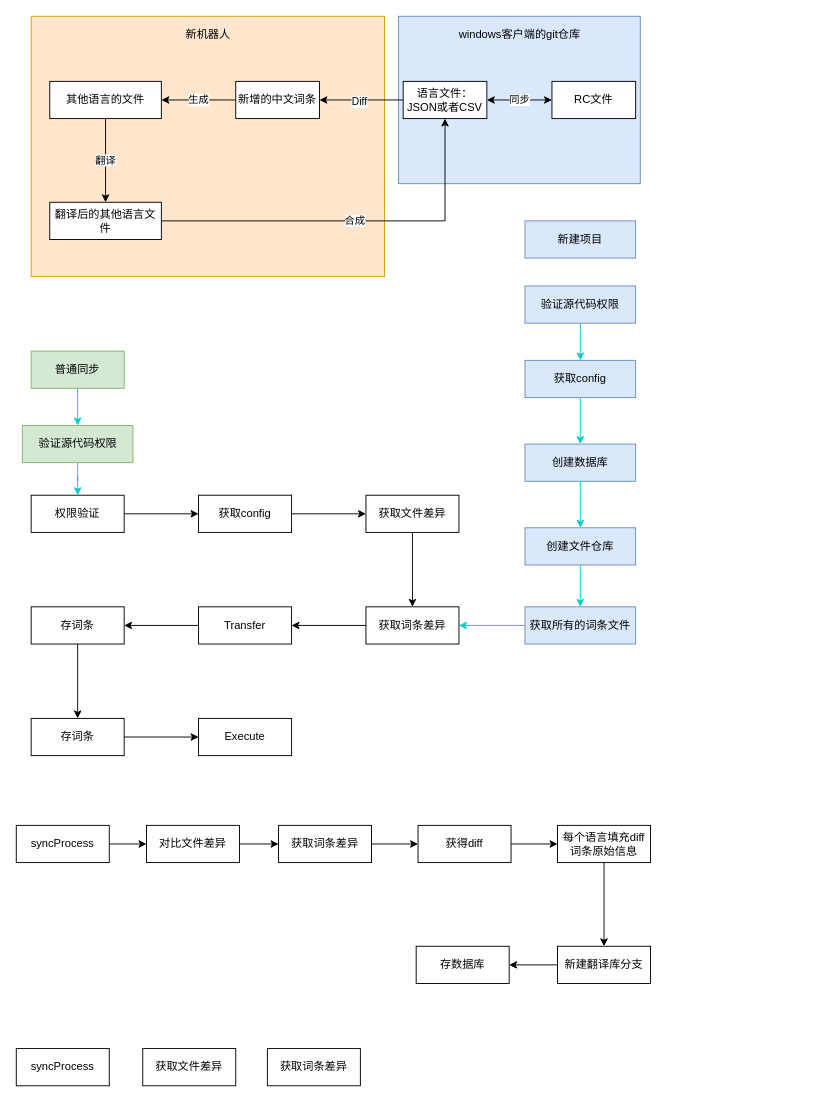
Above: Untitled Diagram.drawio in sklthegoodman/diagrams_storage (draw.io), before the change. Source tidied: cells renumbered, new cells numbered last; positions are measured from the earlier drawing's top-left corner, leaving out a move shared by most shapes. Both pictures are drawn from the tidied source at 93%, with x=0, y=0 at pixel (16, 16).
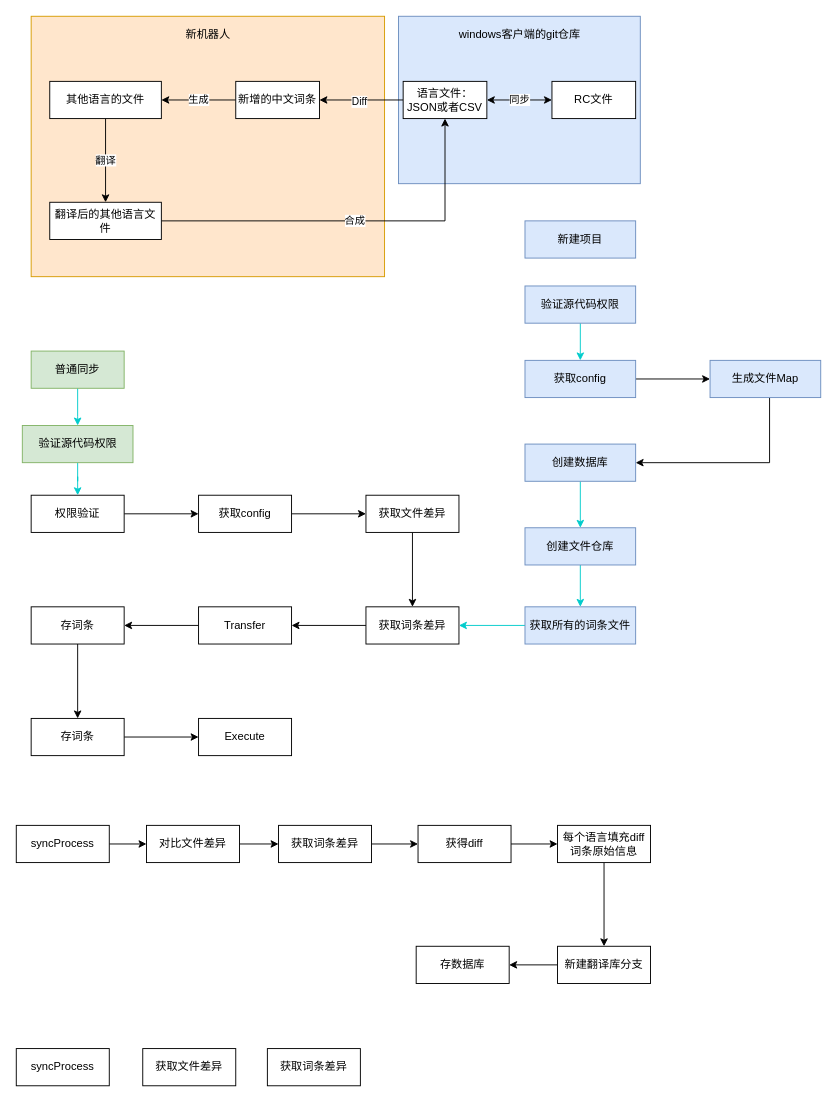
Above is the later version.

Unchanged cells that the change refers to:
```xml
<mxCell id="33" value="获取config" style="rounded=0;whiteSpace=wrap;html=1;fillColor=#dae8fc;strokeColor=#6c8ebf;" parent="1" vertex="1">
  <mxGeometry x="547" y="370" width="119" height="40" as="geometry" />
</mxCell>
<mxCell id="35" value="创建数据库" style="rounded=0;whiteSpace=wrap;html=1;fillColor=#dae8fc;strokeColor=#6c8ebf;" parent="1" vertex="1">
  <mxGeometry x="547" y="460" width="119" height="40" as="geometry" />
</mxCell>
```

Diff of the diagram source:
```diff
@@
-    <mxCell id="32" style="edgeStyle=orthogonalEdgeStyle;rounded=0;jettySize=auto;html=1;strokeColor=#00CCCC;" parent="1" edge="1" source="33" target="35">
-      <mxGeometry relative="1" as="geometry" />
-    </mxCell>
+    <mxCell id="63" style="edgeStyle=orthogonalEdgeStyle;rounded=0;jettySize=auto;html=1;" parent="1" edge="1" source="33" target="65">
+      <mxGeometry relative="1" as="geometry" />
+    </mxCell>
@@
+    <mxCell id="64" style="edgeStyle=orthogonalEdgeStyle;rounded=0;jettySize=auto;html=1;entryX=1;entryY=0.5;entryDx=0;entryDy=0;" parent="1" edge="1" source="65" target="35">
+      <mxGeometry relative="1" as="geometry">
+        <Array as="points">
+          <mxPoint x="810" y="480" />
+        </Array>
+      </mxGeometry>
+    </mxCell>
+    <mxCell id="65" value="生成文件Map" style="rounded=0;whiteSpace=wrap;html=1;fillColor=#dae8fc;strokeColor=#6c8ebf;" parent="1" vertex="1">
+      <mxGeometry x="746" y="370" width="119" height="40" as="geometry" />
+    </mxCell>
```
